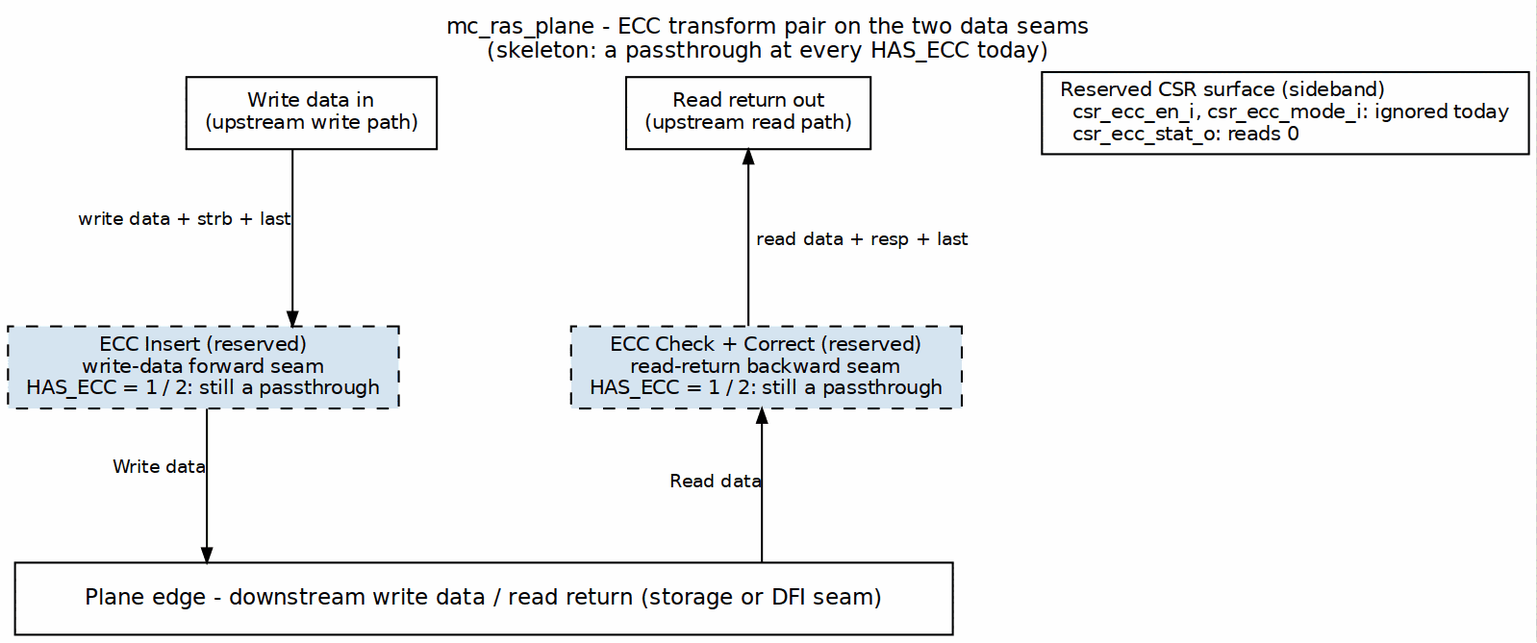
Earlier version of the Graphviz export projects/components/mem-ctrl-ip/common-ip/docs/common_mas/assets/graphviz/05_mc_ras_plane.png (sean-galloway/RTLDesignSherpa). Its source is kept beside it as projects/components/mem-ctrl-ip/common-ip/docs/common_mas/assets/graphviz/05_mc_ras_plane.dot. Source of this version:
```dot
digraph mc_ras_plane {
    graph [rankdir=TB, bgcolor="white", fontname="Helvetica", fontsize=11,
           nodesep="0.60", ranksep="1.05", splines=ortho,
           label="mc_ras_plane - ECC transform pair on the two data seams\n(skeleton: a passthrough at every HAS_ECC today)",
           labelloc=t, labeljust=c];
    node  [fontname="Helvetica", fontsize=10, shape=box, style=filled,
           fillcolor="#D6E4F0", color="black", margin="0.12,0.06"];
    edge  [fontname="Helvetica", fontsize=9, color="black", arrowsize=0.7];

    up_w [label="Write data in\n(upstream write path)", fillcolor="white"];
    up_r [label="Read return out\n(upstream read path)", fillcolor="white"];
    csr  [label="Reserved CSR surface (sideband)\l  csr_ecc_en_i, csr_ecc_mode_i: ignored today\l  csr_ecc_stat_o: reads 0\l", fillcolor="white"];

    enc [label="ECC Insert (reserved)\nwrite-data forward seam\nHAS_ECC = 1 / 2: still a passthrough", style="filled,dashed"];
    dec [label="ECC Check + Correct (reserved)\nread-return backward seam\nHAS_ECC = 1 / 2: still a passthrough", style="filled,dashed"];

    bar [label="Plane edge - downstream write data / read return (storage or DFI seam)",
         fillcolor="white", width=6.5, height=0.5, fontsize=11];

    up_w -> enc [xlabel="write data + strb + last"];
    enc  -> bar [xlabel="Write data"];
    up_r -> dec [dir=back, label="read data + resp + last"];
    dec  -> bar [dir=back, xlabel="Read data"];

    { rank=same; up_w; up_r; csr; }
    { rank=same; enc; dec; }
    up_w -> up_r -> csr [style=invis];
    enc -> dec [style=invis];
}
```
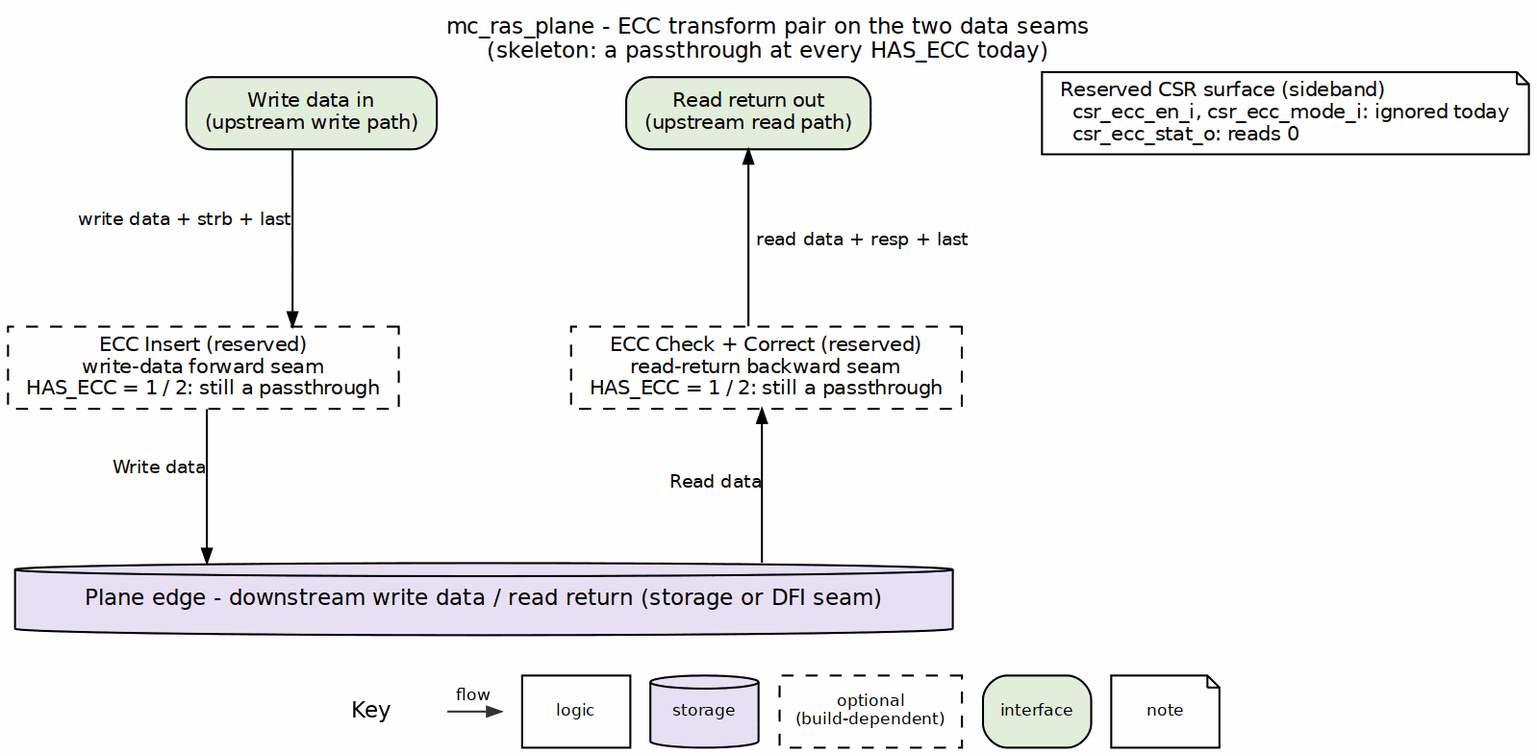
After the commit.

Diff of the diagram source:
```diff
@@ -4,18 +4,18 @@
            label="mc_ras_plane - ECC transform pair on the two data seams\n(skeleton: a passthrough at every HAS_ECC today)",
            labelloc=t, labeljust=c];
     node  [fontname="Helvetica", fontsize=10, shape=box, style=filled,
-           fillcolor="#D6E4F0", color="black", margin="0.12,0.06"];
+           fillcolor="white", color="black", margin="0.12,0.06"];
     edge  [fontname="Helvetica", fontsize=9, color="black", arrowsize=0.7];
 
-    up_w [label="Write data in\n(upstream write path)", fillcolor="white"];
-    up_r [label="Read return out\n(upstream read path)", fillcolor="white"];
-    csr  [label="Reserved CSR surface (sideband)\l  csr_ecc_en_i, csr_ecc_mode_i: ignored today\l  csr_ecc_stat_o: reads 0\l", fillcolor="white"];
+    up_w [label="Write data in\n(upstream write path)", fillcolor="white", style="rounded,filled", fillcolor="#E2EFDA"];
+    up_r [label="Read return out\n(upstream read path)", fillcolor="white", style="rounded,filled", fillcolor="#E2EFDA"];
+    csr  [label="Reserved CSR surface (sideband)\l  csr_ecc_en_i, csr_ecc_mode_i: ignored today\l  csr_ecc_stat_o: reads 0\l", fillcolor="white", shape=note];
 
-    enc [label="ECC Insert (reserved)\nwrite-data forward seam\nHAS_ECC = 1 / 2: still a passthrough", style="filled,dashed"];
-    dec [label="ECC Check + Correct (reserved)\nread-return backward seam\nHAS_ECC = 1 / 2: still a passthrough", style="filled,dashed"];
+    enc [label="ECC Insert (reserved)\nwrite-data forward seam\nHAS_ECC = 1 / 2: still a passthrough", style="filled,dashed", style="filled,dashed", fillcolor="white"];
+    dec [label="ECC Check + Correct (reserved)\nread-return backward seam\nHAS_ECC = 1 / 2: still a passthrough", style="filled,dashed", style="filled,dashed", fillcolor="white"];
 
     bar [label="Plane edge - downstream write data / read return (storage or DFI seam)",
-         fillcolor="white", width=6.5, height=0.5, fontsize=11];
+         fillcolor="white", width=6.5, height=0.5, fontsize=11, shape=cylinder, style="filled", fillcolor="#E8DFF5"];
 
     up_w -> enc [xlabel="write data + strb + last"];
     enc  -> bar [xlabel="Write data"];
```
